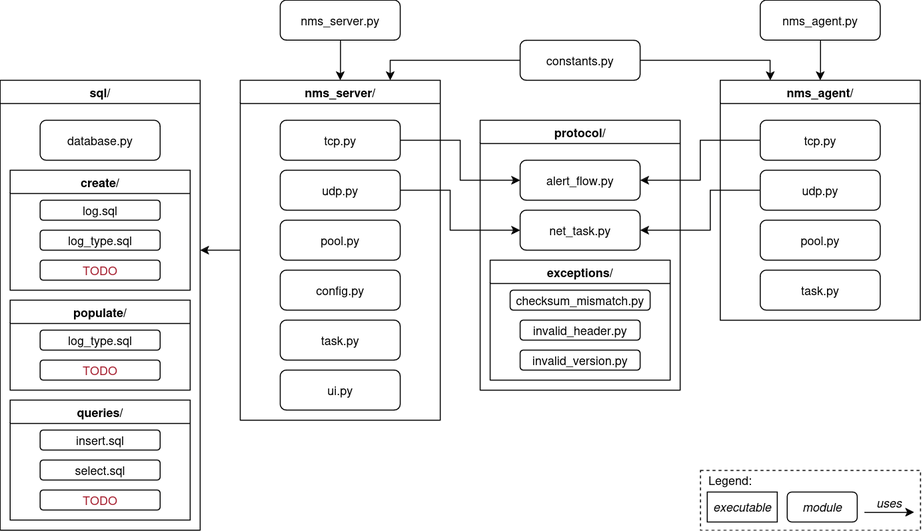
Earlier version of the draw.io export report/img/architecture.png (migueltc13/project-CC). Source tidied: cells renumbered, new cells last; positions are measured from the earlier drawing's top-left corner, leaving out a move shared by most shapes.
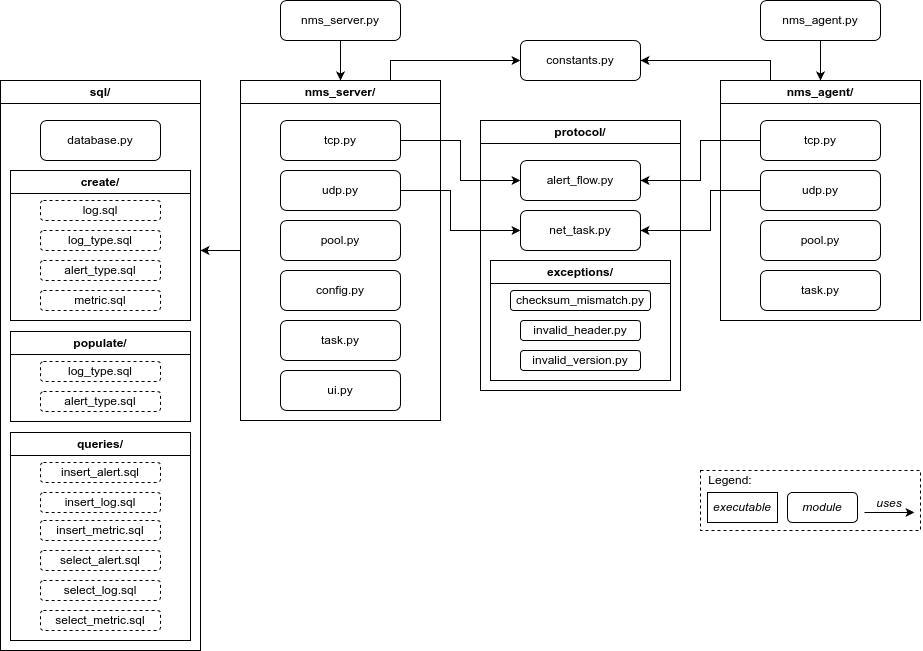
After the change.

Commit message:
Update report and architeture diagram

Change to the diagram source:
```diff
@@ -49,10 +49,10 @@
     <mxCell id="16" value="&lt;div&gt;ui.py&lt;/div&gt;" style="rounded=1;whiteSpace=wrap;html=1;" parent="10" vertex="1">
       <mxGeometry x="40" y="290" width="120" height="40" as="geometry" />
     </mxCell>
-    <mxCell id="17" style="edgeStyle=orthogonalEdgeStyle;rounded=0;jettySize=auto;html=1;entryX=0.75;entryY=0;entryDx=0;entryDy=0;" parent="1" edge="1" source="19" target="10">
+    <mxCell id="17" style="edgeStyle=orthogonalEdgeStyle;rounded=0;jettySize=auto;html=1;exitX=0.75;exitY=0;exitDx=0;exitDy=0;" parent="1" edge="1" source="10" target="19">
       <mxGeometry relative="1" as="geometry" />
     </mxCell>
-    <mxCell id="18" style="edgeStyle=orthogonalEdgeStyle;rounded=0;jettySize=auto;html=1;entryX=0.25;entryY=0;entryDx=0;entryDy=0;" parent="1" edge="1" source="19" target="4">
+    <mxCell id="18" style="edgeStyle=orthogonalEdgeStyle;rounded=0;jettySize=auto;html=1;exitX=0.25;exitY=0;exitDx=0;exitDy=0;" parent="1" edge="1" source="4" target="19">
       <mxGeometry relative="1" as="geometry" />
     </mxCell>
     <mxCell id="19" value="&lt;div&gt;constants.py&lt;/div&gt;" style="rounded=1;whiteSpace=wrap;html=1;" parent="1" vertex="1">
@@ -86,44 +86,56 @@
       <mxGeometry x="40" y="90" width="120" height="40" as="geometry" />
     </mxCell>
     <mxCell id="29" value="&lt;div&gt;sql/&lt;/div&gt;" style="swimlane;whiteSpace=wrap;html=1;startSize=23;" parent="1" vertex="1">
-      <mxGeometry y="80" width="200" height="450" as="geometry" />
+      <mxGeometry y="80" width="200" height="570" as="geometry" />
     </mxCell>
     <mxCell id="30" value="database.py" style="rounded=1;whiteSpace=wrap;html=1;" parent="29" vertex="1">
       <mxGeometry x="40" y="40" width="120" height="40" as="geometry" />
     </mxCell>
     <mxCell id="31" value="&lt;div&gt;create/&lt;/div&gt;" style="swimlane;whiteSpace=wrap;html=1;" parent="29" vertex="1">
-      <mxGeometry x="10" y="90" width="180" height="120" as="geometry" />
+      <mxGeometry x="10" y="90" width="180" height="150" as="geometry" />
     </mxCell>
-    <mxCell id="32" value="log.sql" style="rounded=1;whiteSpace=wrap;html=1;" parent="31" vertex="1">
+    <mxCell id="32" value="log.sql" style="rounded=1;whiteSpace=wrap;html=1;dashed=1;" parent="31" vertex="1">
       <mxGeometry x="30" y="30" width="120" height="20" as="geometry" />
     </mxCell>
-    <mxCell id="33" value="log_type.sql" style="rounded=1;whiteSpace=wrap;html=1;" parent="31" vertex="1">
+    <mxCell id="33" value="log_type.sql" style="rounded=1;whiteSpace=wrap;html=1;dashed=1;" parent="31" vertex="1">
       <mxGeometry x="30" y="60" width="120" height="20" as="geometry" />
     </mxCell>
-    <mxCell id="34" value="TODO" style="rounded=1;whiteSpace=wrap;html=1;fontColor=#a51d2d;" parent="31" vertex="1">
+    <mxCell id="34" value="&lt;font color=&quot;#000000&quot;&gt;alert_type.sql&lt;/font&gt;" style="rounded=1;whiteSpace=wrap;html=1;fontColor=#a51d2d;dashed=1;" parent="31" vertex="1">
       <mxGeometry x="30" y="90" width="120" height="20" as="geometry" />
     </mxCell>
+    <mxCell id="52" value="&lt;font color=&quot;#000000&quot;&gt;metric.sql&lt;/font&gt;" style="rounded=1;whiteSpace=wrap;html=1;fontColor=#a51d2d;dashed=1;" parent="31" vertex="1">
+      <mxGeometry x="30" y="120" width="120" height="20" as="geometry" />
+    </mxCell>
     <mxCell id="35" value="&lt;div&gt;populate/&lt;/div&gt;" style="swimlane;whiteSpace=wrap;html=1;startSize=23;" parent="29" vertex="1">
-      <mxGeometry x="10" y="220" width="180" height="90" as="geometry" />
+      <mxGeometry x="10" y="251" width="180" height="90" as="geometry" />
     </mxCell>
-    <mxCell id="36" value="log_type.sql" style="rounded=1;whiteSpace=wrap;html=1;" parent="35" vertex="1">
+    <mxCell id="36" value="log_type.sql" style="rounded=1;whiteSpace=wrap;html=1;dashed=1;" parent="35" vertex="1">
       <mxGeometry x="30" y="30" width="120" height="20" as="geometry" />
     </mxCell>
-    <mxCell id="37" value="&lt;font color=&quot;#a51d2d&quot;&gt;TODO&lt;/font&gt;" style="rounded=1;whiteSpace=wrap;html=1;fontColor=#000000;" parent="35" vertex="1">
+    <mxCell id="37" value="alert_type.sql" style="rounded=1;whiteSpace=wrap;html=1;fontColor=#000000;dashed=1;" parent="35" vertex="1">
       <mxGeometry x="30" y="60" width="120" height="20" as="geometry" />
     </mxCell>
     <mxCell id="38" value="&lt;div&gt;queries/&lt;/div&gt;" style="swimlane;whiteSpace=wrap;html=1;startSize=23;" parent="29" vertex="1">
-      <mxGeometry x="10" y="320" width="180" height="120" as="geometry" />
+      <mxGeometry x="10" y="352" width="180" height="208" as="geometry" />
     </mxCell>
-    <mxCell id="39" value="insert.sql" style="rounded=1;whiteSpace=wrap;html=1;" parent="38" vertex="1">
+    <mxCell id="39" value="insert_alert.sql" style="rounded=1;whiteSpace=wrap;html=1;dashed=1;" parent="38" vertex="1">
       <mxGeometry x="30" y="30" width="120" height="20" as="geometry" />
     </mxCell>
-    <mxCell id="40" value="select.sql" style="rounded=1;whiteSpace=wrap;html=1;" parent="38" vertex="1">
+    <mxCell id="40" value="insert_log.sql" style="rounded=1;whiteSpace=wrap;html=1;dashed=1;" parent="38" vertex="1">
       <mxGeometry x="30" y="60" width="120" height="20" as="geometry" />
     </mxCell>
-    <mxCell id="41" value="&lt;font color=&quot;#a51d2d&quot;&gt;TODO&lt;/font&gt;" style="rounded=1;whiteSpace=wrap;html=1;" parent="38" vertex="1">
-      <mxGeometry x="30" y="90" width="120" height="20" as="geometry" />
-    </mxCell>
+    <mxCell id="53" value="insert_metric.sql" style="rounded=1;whiteSpace=wrap;html=1;dashed=1;" parent="38" vertex="1">
+      <mxGeometry x="30" y="88" width="120" height="20" as="geometry" />
+    </mxCell>
+    <mxCell id="54" value="select_alert.sql" style="rounded=1;whiteSpace=wrap;html=1;dashed=1;" parent="38" vertex="1">
+      <mxGeometry x="30" y="118" width="120" height="20" as="geometry" />
+    </mxCell>
+    <mxCell id="55" value="select_log.sql" style="rounded=1;whiteSpace=wrap;html=1;dashed=1;" parent="38" vertex="1">
+      <mxGeometry x="30" y="148" width="120" height="20" as="geometry" />
+    </mxCell>
+    <mxCell id="56" value="select_metric.sql" style="rounded=1;whiteSpace=wrap;html=1;dashed=1;" parent="38" vertex="1">
+      <mxGeometry x="30" y="178" width="120" height="20" as="geometry" />
+    </mxCell>
     <mxCell id="42" style="edgeStyle=orthogonalEdgeStyle;rounded=0;jettySize=auto;html=1;exitX=1;exitY=0.5;exitDx=0;exitDy=0;" parent="1" edge="1" source="13" target="27">
       <mxGeometry relative="1" as="geometry" />
     </mxCell>
```
